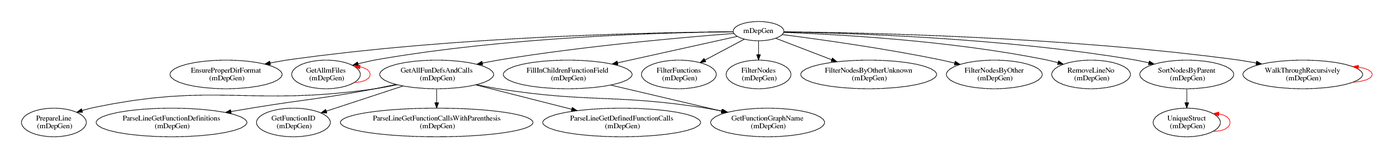
KaeroDot/mDepGen keeps this Graphviz diagram as readme_figures/readme_fig7.png. Above is the earlier version. Its source is kept beside it as readme_figures/readme_fig7.dot. Its diagram source:
```dot
/* Generated by mDepGen */
digraph dep {
node [shape = oval];
"mDepGen" -> "EnsureProperDirFormat\n (mDepGen)" ;
"mDepGen" -> "GetAllmFiles\n (mDepGen)" ;
"GetAllmFiles\n (mDepGen)" -> "GetAllmFiles\n (mDepGen)"  [color=red dir=back];
"mDepGen" -> "GetAllFunDefsAndCalls\n (mDepGen)" ;
"GetAllFunDefsAndCalls\n (mDepGen)" -> "PrepareLine\n (mDepGen)" ;
"GetAllFunDefsAndCalls\n (mDepGen)" -> "ParseLineGetFunctionDefinitions\n (mDepGen)" ;
"GetAllFunDefsAndCalls\n (mDepGen)" -> "GetFunctionID\n (mDepGen)" ;
"GetAllFunDefsAndCalls\n (mDepGen)" -> "GetFunctionGraphName\n (mDepGen)" ;
"GetAllFunDefsAndCalls\n (mDepGen)" -> "ParseLineGetFunctionCallsWithParenthesis\n (mDepGen)" ;
"GetAllFunDefsAndCalls\n (mDepGen)" -> "ParseLineGetDefinedFunctionCalls\n (mDepGen)" ;
"mDepGen" -> "FillInChildrenFunctionField\n (mDepGen)" ;
"FillInChildrenFunctionField\n (mDepGen)" -> "GetFunctionGraphName\n (mDepGen)" ;
"mDepGen" -> "FilterFunctions\n (mDepGen)" ;
"mDepGen" -> "FilterNodes\n (mDepGen)" ;
"mDepGen" -> "FilterNodesByOtherUnknown\n (mDepGen)" ;
"mDepGen" -> "FilterNodesByOther\n (mDepGen)" ;
"mDepGen" -> "RemoveLineNo\n (mDepGen)" ;
"mDepGen" -> "SortNodesByParent\n (mDepGen)" ;
"SortNodesByParent\n (mDepGen)" -> "UniqueStruct\n (mDepGen)" ;
"UniqueStruct\n (mDepGen)" -> "UniqueStruct\n (mDepGen)"  [color=red dir=back];
"mDepGen" -> "WalkThroughRecursively\n (mDepGen)" ;
"WalkThroughRecursively\n (mDepGen)" -> "WalkThroughRecursively\n (mDepGen)"  [color=red dir=back];
}
```
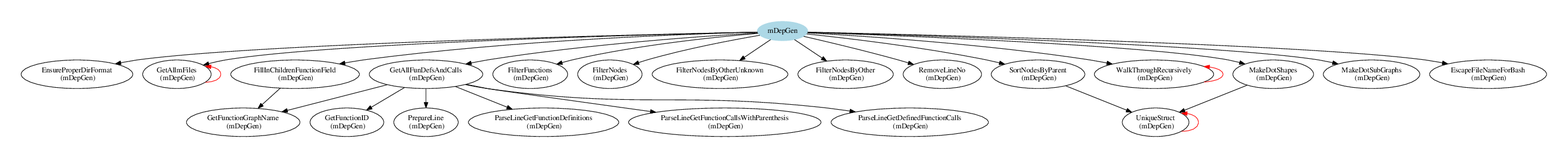
Above is the later version.

What changed in the source:
```diff
@@ -1,14 +1,17 @@
 /* Generated by mDepGen */
 digraph dep {
 node [shape = oval];
+/* start of shape definitions */
+"mDepGen" [color=lightblue, style=filled];
+/* end of shape definitions */
 "mDepGen" -> "EnsureProperDirFormat\n (mDepGen)" ;
 "mDepGen" -> "GetAllmFiles\n (mDepGen)" ;
 "GetAllmFiles\n (mDepGen)" -> "GetAllmFiles\n (mDepGen)"  [color=red dir=back];
 "mDepGen" -> "GetAllFunDefsAndCalls\n (mDepGen)" ;
+"GetAllFunDefsAndCalls\n (mDepGen)" -> "GetFunctionID\n (mDepGen)" ;
+"GetAllFunDefsAndCalls\n (mDepGen)" -> "GetFunctionGraphName\n (mDepGen)" ;
 "GetAllFunDefsAndCalls\n (mDepGen)" -> "PrepareLine\n (mDepGen)" ;
 "GetAllFunDefsAndCalls\n (mDepGen)" -> "ParseLineGetFunctionDefinitions\n (mDepGen)" ;
-"GetAllFunDefsAndCalls\n (mDepGen)" -> "GetFunctionID\n (mDepGen)" ;
-"GetAllFunDefsAndCalls\n (mDepGen)" -> "GetFunctionGraphName\n (mDepGen)" ;
 "GetAllFunDefsAndCalls\n (mDepGen)" -> "ParseLineGetFunctionCallsWithParenthesis\n (mDepGen)" ;
 "GetAllFunDefsAndCalls\n (mDepGen)" -> "ParseLineGetDefinedFunctionCalls\n (mDepGen)" ;
 "mDepGen" -> "FillInChildrenFunctionField\n (mDepGen)" ;
@@ -23,4 +26,8 @@
 "UniqueStruct\n (mDepGen)" -> "UniqueStruct\n (mDepGen)"  [color=red dir=back];
 "mDepGen" -> "WalkThroughRecursively\n (mDepGen)" ;
 "WalkThroughRecursively\n (mDepGen)" -> "WalkThroughRecursively\n (mDepGen)"  [color=red dir=back];
+"mDepGen" -> "MakeDotShapes\n (mDepGen)" ;
+"MakeDotShapes\n (mDepGen)" -> "UniqueStruct\n (mDepGen)" ;
+"mDepGen" -> "MakeDotSubGraphs\n (mDepGen)" ;
+"mDepGen" -> "EscapeFileNameForBash\n (mDepGen)" ;
 }
```
